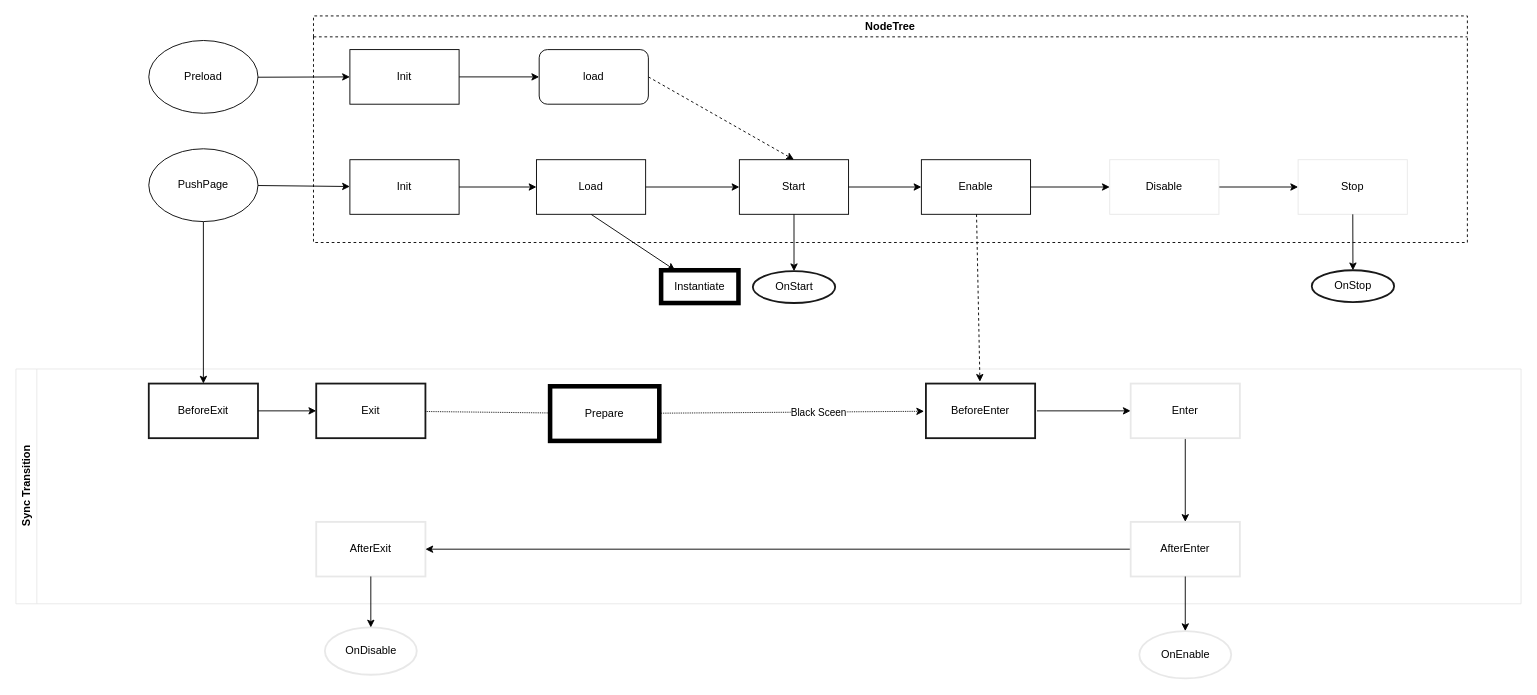
Before: page "Push AsyncTransition" (5 of 5) of Assets/Server/FrameWork/UIFrameWork/UISequence.drawio in Cr7Sund/MinFrameWork, a draw.io diagram. Source tidied: cells renumbered, new cells numbered last; positions are measured from the earlier drawing's top-left corner, leaving out a move shared by most shapes. Both pictures are drawn from the tidied source at 91%, with x=0, y=0 at pixel (15, 15).
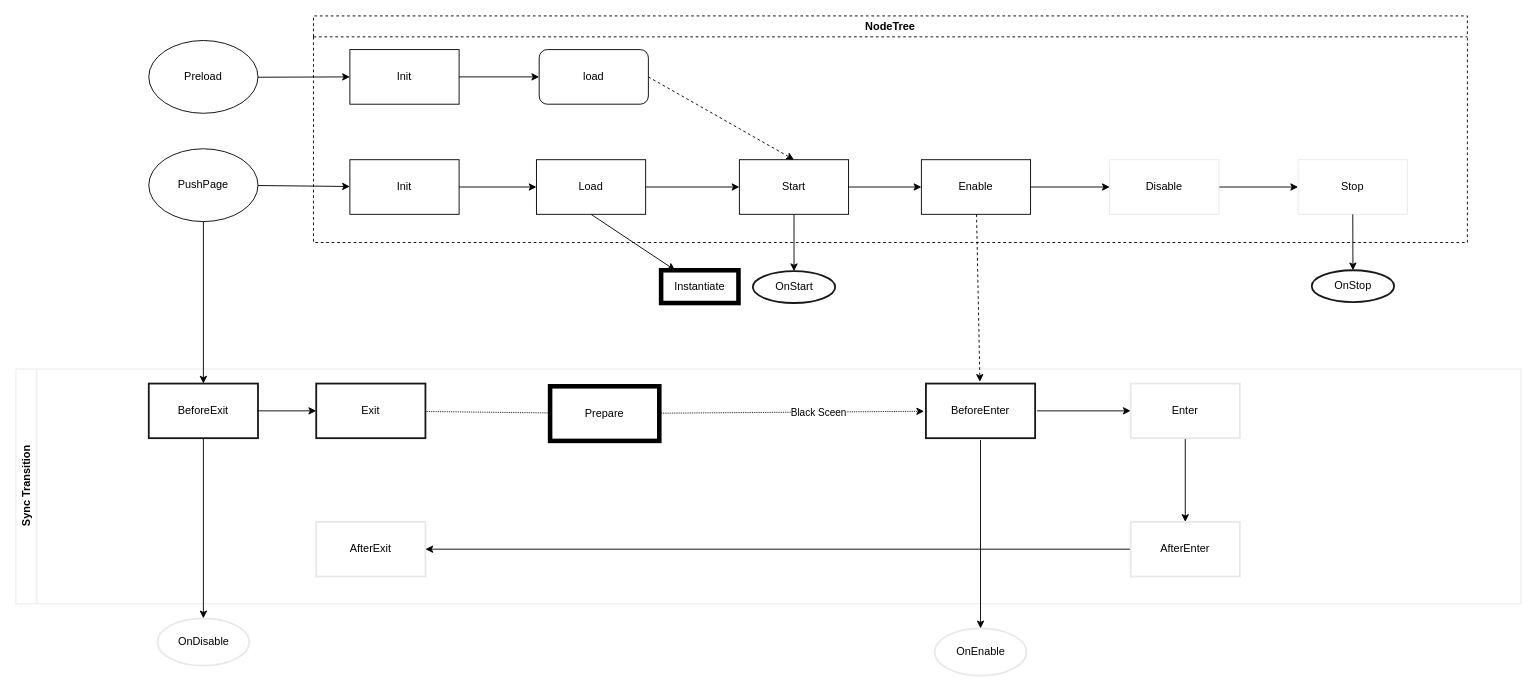
Above is the later version.

The change refers to these unchanged cells:
```xml
<mxCell id="22" value="BeforeEnter" style="whiteSpace=wrap;html=1;rounded=0;strokeWidth=2;perimeterSpacing=2;opacity=90;" parent="20" vertex="1">
  <mxGeometry x="1000" y="16" width="120" height="60" as="geometry" />
</mxCell>
<mxCell id="28" value="AfterExit" style="whiteSpace=wrap;html=1;rounded=0;strokeWidth=2;opacity=90;strokeColor=#E6E6E6;" parent="20" vertex="1">
  <mxGeometry x="330" y="168" width="120" height="60" as="geometry" />
</mxCell>
<mxCell id="30" value="AfterEnter" style="whiteSpace=wrap;html=1;rounded=0;strokeWidth=2;opacity=90;strokeColor=#E6E6E6;" parent="20" vertex="1">
  <mxGeometry x="1225" y="168" width="120" height="60" as="geometry" />
</mxCell>
<mxCell id="31" value="BeforeExit" style="whiteSpace=wrap;html=1;rounded=0;strokeWidth=2;opacity=90;" parent="20" vertex="1">
  <mxGeometry x="146" y="16" width="120" height="60" as="geometry" />
</mxCell>
```

Diff of the diagram source:
```diff
@@
     <mxCell id="39" value="OnDisable" style="ellipse;whiteSpace=wrap;html=1;strokeColor=#E6E6E6;rounded=0;strokeWidth=2;opacity=90;" parent="1" vertex="1">
-      <mxGeometry x="339.5" y="672" width="101" height="52" as="geometry" />
+      <mxGeometry x="155.5" y="662" width="101" height="52" as="geometry" />
     </mxCell>
-    <mxCell id="40" style="edgeStyle=none;html=1;shadow=0;" parent="1" edge="1" source="28" target="39">
+    <mxCell id="40" style="edgeStyle=none;html=1;shadow=0;exitX=0.5;exitY=1;exitDx=0;exitDy=0;" parent="1" edge="1" source="31" target="39">
       <mxGeometry relative="1" as="geometry" />
     </mxCell>
     <mxCell id="41" value="OnEnable" style="ellipse;whiteSpace=wrap;html=1;strokeColor=#E6E6E6;rounded=0;strokeWidth=2;opacity=90;" parent="1" vertex="1">
-      <mxGeometry x="1234.5" y="676" width="101" height="52" as="geometry" />
+      <mxGeometry x="1009.5" y="673" width="101" height="52" as="geometry" />
     </mxCell>
-    <mxCell id="42" style="edgeStyle=none;html=1;shadow=0;" parent="1" edge="1" source="30" target="41">
+    <mxCell id="42" style="edgeStyle=none;html=1;shadow=0;exitX=0.5;exitY=1;exitDx=0;exitDy=0;" parent="1" edge="1" source="22" target="41">
       <mxGeometry relative="1" as="geometry" />
     </mxCell>
```
